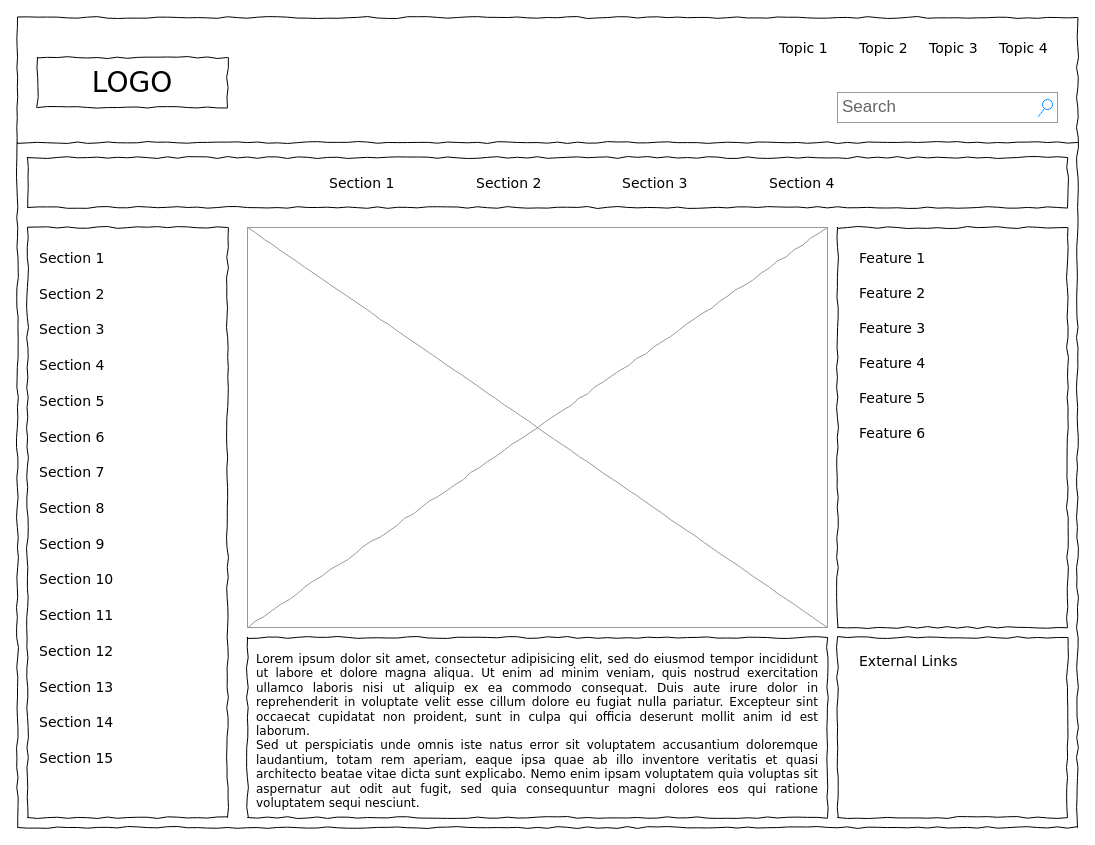
Before: Untitled Diagram.drawio in logcas/ImageBed, a draw.io diagram. Source tidied: cells renumbered, new cells numbered last; positions are measured from the earlier drawing's top-left corner, leaving out a move shared by most shapes. Both pictures are drawn from the tidied source at 100%, with x=0, y=0 at pixel (17, 17).
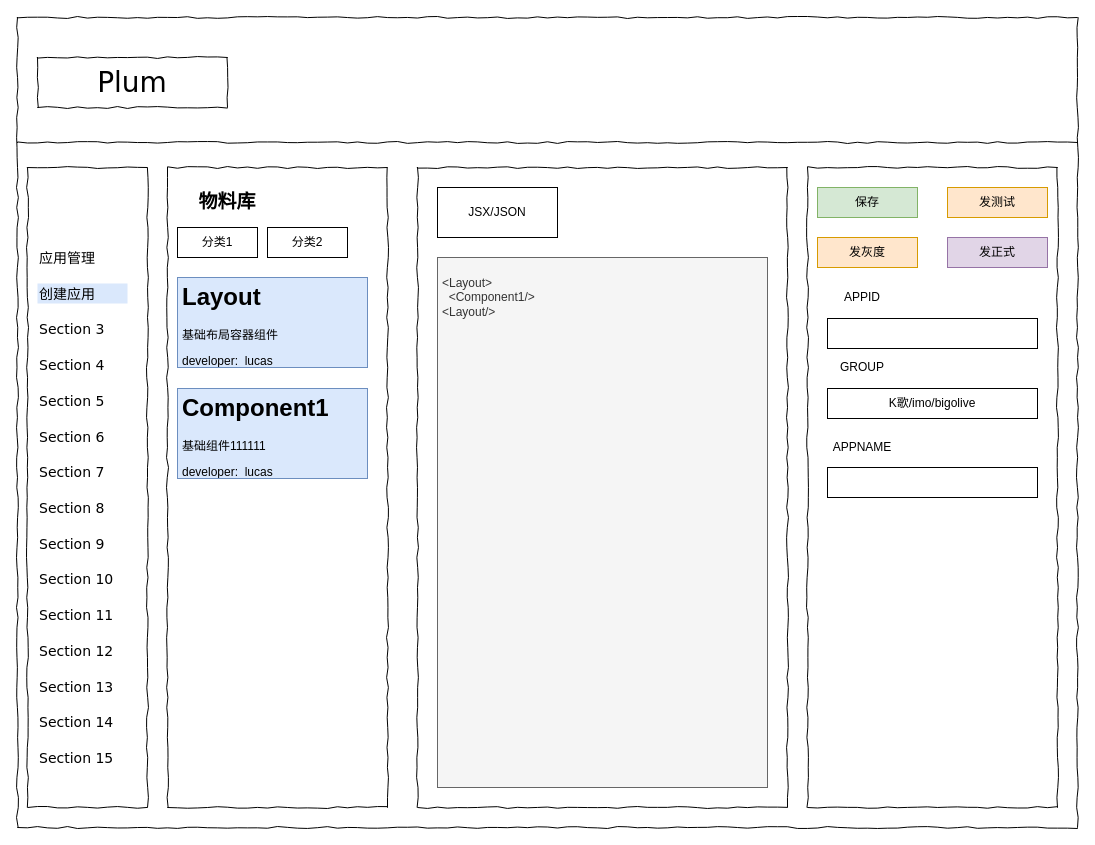
The same diagram, later.

The edit, as a diff of the source:
```diff
@@
-    <mxCell id="3" value="LOGO" style="whiteSpace=wrap;html=1;rounded=0;shadow=0;labelBackgroundColor=none;strokeWidth=1;fontFamily=Verdana;fontSize=28;align=center;comic=1;" parent="1" vertex="1">
+    <mxCell id="3" value="Plum" style="whiteSpace=wrap;html=1;rounded=0;shadow=0;labelBackgroundColor=none;strokeWidth=1;fontFamily=Verdana;fontSize=28;align=center;comic=1;" parent="1" vertex="1">
       <mxGeometry x="20" y="40" width="190" height="50" as="geometry" />
     </mxCell>
-    <mxCell id="4" value="Search" style="strokeWidth=1;shadow=0;dashed=0;align=center;html=1;shape=mxgraph.mockup.forms.searchBox;strokeColor=#999999;mainText=;strokeColor2=#008cff;fontColor=#666666;fontSize=17;align=left;spacingLeft=3;rounded=0;labelBackgroundColor=none;comic=1;" parent="1" vertex="1">
-      <mxGeometry x="820" y="75" width="220" height="30" as="geometry" />
-    </mxCell>
-    <mxCell id="5" value="Topic 1" style="text;html=1;align=left;verticalAlign=top;spacingTop=-4;fontSize=14;fontFamily=Verdana;" parent="1" vertex="1">
-      <mxGeometry x="760" y="20" width="60" height="20" as="geometry" />
-    </mxCell>
-    <mxCell id="6" value="Topic 2" style="text;html=1;align=left;verticalAlign=top;spacingTop=-4;fontSize=14;fontFamily=Verdana;" parent="1" vertex="1">
-      <mxGeometry x="840" y="20" width="60" height="20" as="geometry" />
-    </mxCell>
-    <mxCell id="7" value="Topic 3" style="text;html=1;align=left;verticalAlign=top;spacingTop=-4;fontSize=14;fontFamily=Verdana;" parent="1" vertex="1">
-      <mxGeometry x="910" y="20" width="60" height="20" as="geometry" />
-    </mxCell>
-    <mxCell id="8" value="Topic 4" style="text;html=1;align=left;verticalAlign=top;spacingTop=-4;fontSize=14;fontFamily=Verdana;" parent="1" vertex="1">
-      <mxGeometry x="980" y="20" width="60" height="20" as="geometry" />
-    </mxCell>
     <mxCell id="9" style="whiteSpace=wrap;html=1;rounded=0;shadow=0;labelBackgroundColor=none;strokeWidth=1;fillColor=none;fontFamily=Verdana;fontSize=12;align=center;comic=1;" parent="1" vertex="1">
-      <mxGeometry x="10" y="210" width="200" height="590" as="geometry" />
+      <mxGeometry x="10" y="150" width="120" height="640" as="geometry" />
     </mxCell>
@@
-    <mxCell id="11" style="whiteSpace=wrap;html=1;rounded=0;shadow=0;labelBackgroundColor=none;strokeWidth=1;fillColor=none;fontFamily=Verdana;fontSize=12;align=center;comic=1;" parent="1" vertex="1">
-      <mxGeometry x="10" y="140" width="1040" height="50" as="geometry" />
-    </mxCell>
-    <mxCell id="12" value="Section 1" style="text;html=1;align=left;verticalAlign=top;spacingTop=-4;fontSize=14;fontFamily=Verdana;" parent="1" vertex="1">
-      <mxGeometry x="310" y="155" width="60" height="20" as="geometry" />
-    </mxCell>
-    <mxCell id="13" value="Section 2" style="text;html=1;align=left;verticalAlign=top;spacingTop=-4;fontSize=14;fontFamily=Verdana;" parent="1" vertex="1">
-      <mxGeometry x="457" y="155" width="60" height="20" as="geometry" />
-    </mxCell>
-    <mxCell id="14" value="Section 3" style="text;html=1;align=left;verticalAlign=top;spacingTop=-4;fontSize=14;fontFamily=Verdana;" parent="1" vertex="1">
-      <mxGeometry x="603" y="155" width="60" height="20" as="geometry" />
-    </mxCell>
-    <mxCell id="15" value="Section 4" style="text;html=1;align=left;verticalAlign=top;spacingTop=-4;fontSize=14;fontFamily=Verdana;" parent="1" vertex="1">
-      <mxGeometry x="750" y="155" width="60" height="20" as="geometry" />
-    </mxCell>
-    <mxCell id="16" value="&lt;div style=&quot;text-align: justify&quot;&gt;&lt;span&gt;Lorem ipsum dolor sit amet, consectetur adipisicing elit, sed do eiusmod tempor incididunt ut labore et dolore magna aliqua. Ut enim ad minim veniam, quis nostrud exercitation ullamco laboris nisi ut aliquip ex ea commodo consequat. Duis aute irure dolor in reprehenderit in voluptate velit esse cillum dolore eu fugiat nulla pariatur. Excepteur sint occaecat cupidatat non proident, sunt in culpa qui officia deserunt mollit anim id est laborum.&lt;/span&gt;&lt;/div&gt;&lt;div style=&quot;text-align: justify&quot;&gt;&lt;span&gt;Sed ut perspiciatis unde omnis iste natus error sit voluptatem accusantium doloremque laudantium, totam rem aperiam, eaque ipsa quae ab illo inventore veritatis et quasi architecto beatae vitae dicta sunt explicabo. Nemo enim ipsam voluptatem quia voluptas sit aspernatur aut odit aut fugit, sed quia consequuntur magni dolores eos qui ratione voluptatem sequi nesciunt.&amp;nbsp;&lt;/span&gt;&lt;/div&gt;" style="whiteSpace=wrap;html=1;rounded=0;shadow=0;labelBackgroundColor=none;strokeWidth=1;fillColor=none;fontFamily=Verdana;fontSize=12;align=center;verticalAlign=top;spacing=10;comic=1;" parent="1" vertex="1">
-      <mxGeometry x="230" y="620" width="580" height="180" as="geometry" />
+    <mxCell id="16" value="&lt;div style=&quot;text-align: justify&quot;&gt;&lt;br&gt;&lt;/div&gt;" style="whiteSpace=wrap;html=1;rounded=0;shadow=0;labelBackgroundColor=none;strokeWidth=1;fillColor=none;fontFamily=Verdana;fontSize=12;align=center;verticalAlign=top;spacing=10;comic=1;" parent="1" vertex="1">
+      <mxGeometry x="400" y="150" width="370" height="640" as="geometry" />
     </mxCell>
-    <mxCell id="17" style="verticalLabelPosition=bottom;shadow=0;dashed=0;align=center;html=1;verticalAlign=top;strokeWidth=1;shape=mxgraph.mockup.graphics.simpleIcon;strokeColor=#999999;rounded=0;labelBackgroundColor=none;fontFamily=Verdana;fontSize=14;fontColor=#000000;comic=1;" parent="1" vertex="1">
-      <mxGeometry x="230" y="210" width="580" height="400" as="geometry" />
-    </mxCell>
     <mxCell id="18" style="whiteSpace=wrap;html=1;rounded=0;shadow=0;labelBackgroundColor=none;strokeWidth=1;fillColor=none;fontFamily=Verdana;fontSize=12;align=center;comic=1;" parent="1" vertex="1">
-      <mxGeometry x="820" y="210" width="230" height="400" as="geometry" />
+      <mxGeometry x="150" y="150" width="220" height="640" as="geometry" />
     </mxCell>
-    <mxCell id="19" style="whiteSpace=wrap;html=1;rounded=0;shadow=0;labelBackgroundColor=none;strokeWidth=1;fillColor=none;fontFamily=Verdana;fontSize=12;align=center;comic=1;" parent="1" vertex="1">
-      <mxGeometry x="820" y="620" width="230" height="180" as="geometry" />
-    </mxCell>
-    <mxCell id="20" value="Section 1" style="text;html=1;align=left;verticalAlign=top;spacingTop=-4;fontSize=14;fontFamily=Verdana;" parent="1" vertex="1">
+    <mxCell id="20" value="应用管理" style="text;html=1;align=left;verticalAlign=top;spacingTop=-4;fontSize=14;fontFamily=Verdana;" parent="1" vertex="1">
       <mxGeometry x="20" y="230" width="170" height="20" as="geometry" />
     </mxCell>
-    <mxCell id="21" value="Section 2" style="text;html=1;align=left;verticalAlign=top;spacingTop=-4;fontSize=14;fontFamily=Verdana;" parent="1" vertex="1">
-      <mxGeometry x="20" y="266" width="170" height="20" as="geometry" />
+    <mxCell id="21" value="创建应用" style="text;html=1;align=left;verticalAlign=top;spacingTop=-4;fontSize=14;fontFamily=Verdana;fillColor=#dae8fc;" parent="1" vertex="1">
+      <mxGeometry x="20" y="266" width="90" height="20" as="geometry" />
     </mxCell>
@@
-    <mxCell id="35" value="External Links" style="text;html=1;align=left;verticalAlign=top;spacingTop=-4;fontSize=14;fontFamily=Verdana;" parent="1" vertex="1">
-      <mxGeometry x="840" y="633" width="170" height="20" as="geometry" />
-    </mxCell>
-    <mxCell id="36" value="Feature 1" style="text;html=1;align=left;verticalAlign=top;spacingTop=-4;fontSize=14;fontFamily=Verdana;" parent="1" vertex="1">
-      <mxGeometry x="840" y="230" width="170" height="20" as="geometry" />
-    </mxCell>
-    <mxCell id="37" value="Feature 2" style="text;html=1;align=left;verticalAlign=top;spacingTop=-4;fontSize=14;fontFamily=Verdana;" parent="1" vertex="1">
-      <mxGeometry x="840" y="265" width="170" height="20" as="geometry" />
-    </mxCell>
-    <mxCell id="38" value="Feature 3" style="text;html=1;align=left;verticalAlign=top;spacingTop=-4;fontSize=14;fontFamily=Verdana;" parent="1" vertex="1">
-      <mxGeometry x="840" y="300" width="170" height="20" as="geometry" />
-    </mxCell>
-    <mxCell id="39" value="Feature 4" style="text;html=1;align=left;verticalAlign=top;spacingTop=-4;fontSize=14;fontFamily=Verdana;" parent="1" vertex="1">
-      <mxGeometry x="840" y="335" width="170" height="20" as="geometry" />
-    </mxCell>
-    <mxCell id="40" value="Feature 5" style="text;html=1;align=left;verticalAlign=top;spacingTop=-4;fontSize=14;fontFamily=Verdana;" parent="1" vertex="1">
-      <mxGeometry x="840" y="370" width="170" height="20" as="geometry" />
-    </mxCell>
-    <mxCell id="41" value="Feature 6" style="text;html=1;align=left;verticalAlign=top;spacingTop=-4;fontSize=14;fontFamily=Verdana;" parent="1" vertex="1">
-      <mxGeometry x="840" y="405" width="170" height="20" as="geometry" />
-    </mxCell>
+    <mxCell id="42" value="JSX/JSON" style="rounded=0;whiteSpace=wrap;html=1;" parent="1" vertex="1">
+      <mxGeometry x="420" y="170" width="120" height="50" as="geometry" />
+    </mxCell>
+    <mxCell id="43" value="&lt;b&gt;&lt;font style=&quot;font-size: 19px&quot;&gt;物料库&lt;/font&gt;&lt;/b&gt;" style="text;html=1;strokeColor=none;fillColor=none;align=center;verticalAlign=middle;whiteSpace=wrap;rounded=0;" parent="1" vertex="1">
+      <mxGeometry x="160" y="170" width="100" height="30" as="geometry" />
+    </mxCell>
+    <mxCell id="44" style="whiteSpace=wrap;html=1;rounded=0;shadow=0;labelBackgroundColor=none;strokeWidth=1;fillColor=none;fontFamily=Verdana;fontSize=12;align=center;comic=1;" parent="1" vertex="1">
+      <mxGeometry x="790" y="150" width="250" height="640" as="geometry" />
+    </mxCell>
+    <mxCell id="45" value="保存" style="rounded=0;whiteSpace=wrap;html=1;fillColor=#d5e8d4;strokeColor=#82b366;" parent="1" vertex="1">
+      <mxGeometry x="800" y="170" width="100" height="30" as="geometry" />
+    </mxCell>
+    <mxCell id="46" value="发测试" style="rounded=0;whiteSpace=wrap;html=1;fillColor=#ffe6cc;strokeColor=#d79b00;" parent="1" vertex="1">
+      <mxGeometry x="930" y="170" width="100" height="30" as="geometry" />
+    </mxCell>
+    <mxCell id="47" value="发灰度" style="rounded=0;whiteSpace=wrap;html=1;fillColor=#ffe6cc;strokeColor=#d79b00;" parent="1" vertex="1">
+      <mxGeometry x="800" y="220" width="100" height="30" as="geometry" />
+    </mxCell>
+    <mxCell id="48" value="发正式" style="rounded=0;whiteSpace=wrap;html=1;fillColor=#e1d5e7;strokeColor=#9673a6;" parent="1" vertex="1">
+      <mxGeometry x="930" y="220" width="100" height="30" as="geometry" />
+    </mxCell>
+    <mxCell id="49" style="rounded=0;whiteSpace=wrap;html=1;" parent="1" vertex="1">
+      <mxGeometry x="810" y="301" width="210" height="30" as="geometry" />
+    </mxCell>
+    <mxCell id="50" value="APPID" style="text;html=1;strokeColor=none;fillColor=none;align=center;verticalAlign=middle;whiteSpace=wrap;rounded=0;" parent="1" vertex="1">
+      <mxGeometry x="810" y="270" width="70" height="20" as="geometry" />
+    </mxCell>
+    <mxCell id="51" value="K歌/imo/bigolive" style="rounded=0;whiteSpace=wrap;html=1;" parent="1" vertex="1">
+      <mxGeometry x="810" y="371" width="210" height="30" as="geometry" />
+    </mxCell>
+    <mxCell id="52" value="GROUP" style="text;html=1;strokeColor=none;fillColor=none;align=center;verticalAlign=middle;whiteSpace=wrap;rounded=0;" parent="1" vertex="1">
+      <mxGeometry x="810" y="340" width="70" height="20" as="geometry" />
+    </mxCell>
+    <mxCell id="53" value="APPNAME" style="text;html=1;strokeColor=none;fillColor=none;align=center;verticalAlign=middle;whiteSpace=wrap;rounded=0;" parent="1" vertex="1">
+      <mxGeometry x="810" y="420" width="70" height="20" as="geometry" />
+    </mxCell>
+    <mxCell id="54" style="rounded=0;whiteSpace=wrap;html=1;" parent="1" vertex="1">
+      <mxGeometry x="810" y="450" width="210" height="30" as="geometry" />
+    </mxCell>
+    <mxCell id="55" value="&lt;h1&gt;Layout&lt;/h1&gt;&lt;p&gt;基础布局容器组件&lt;/p&gt;&lt;p&gt;developer:&amp;nbsp; lucas&lt;/p&gt;" style="text;html=1;strokeColor=#6c8ebf;fillColor=#dae8fc;spacing=5;spacingTop=-20;whiteSpace=wrap;overflow=hidden;rounded=0;" parent="1" vertex="1">
+      <mxGeometry x="160" y="260" width="190" height="90" as="geometry" />
+    </mxCell>
+    <mxCell id="56" value="&lt;h1&gt;Component1&lt;/h1&gt;&lt;p&gt;基础组件111111&lt;/p&gt;&lt;p&gt;developer:&amp;nbsp; lucas&lt;/p&gt;" style="text;html=1;strokeColor=#6c8ebf;fillColor=#dae8fc;spacing=5;spacingTop=-20;whiteSpace=wrap;overflow=hidden;rounded=0;" parent="1" vertex="1">
+      <mxGeometry x="160" y="371" width="190" height="90" as="geometry" />
+    </mxCell>
+    <mxCell id="57" value="分类1" style="rounded=0;whiteSpace=wrap;html=1;" parent="1" vertex="1">
+      <mxGeometry x="160" y="210" width="80" height="30" as="geometry" />
+    </mxCell>
+    <mxCell id="58" value="分类2" style="rounded=0;whiteSpace=wrap;html=1;" parent="1" vertex="1">
+      <mxGeometry x="250" y="210" width="80" height="30" as="geometry" />
+    </mxCell>
+    <mxCell id="59" value="&lt;br&gt;&lt;br&gt;&amp;lt;Layout&amp;gt;&lt;br&gt;&amp;nbsp; &amp;lt;Component1/&amp;gt;&lt;br&gt;&amp;lt;Layout/&amp;gt;" style="text;html=1;strokeColor=#666666;fillColor=#f5f5f5;spacing=5;spacingTop=-20;whiteSpace=wrap;overflow=hidden;rounded=0;fontColor=#333333;" parent="1" vertex="1">
+      <mxGeometry x="420" y="240" width="330" height="530" as="geometry" />
+    </mxCell>
```
